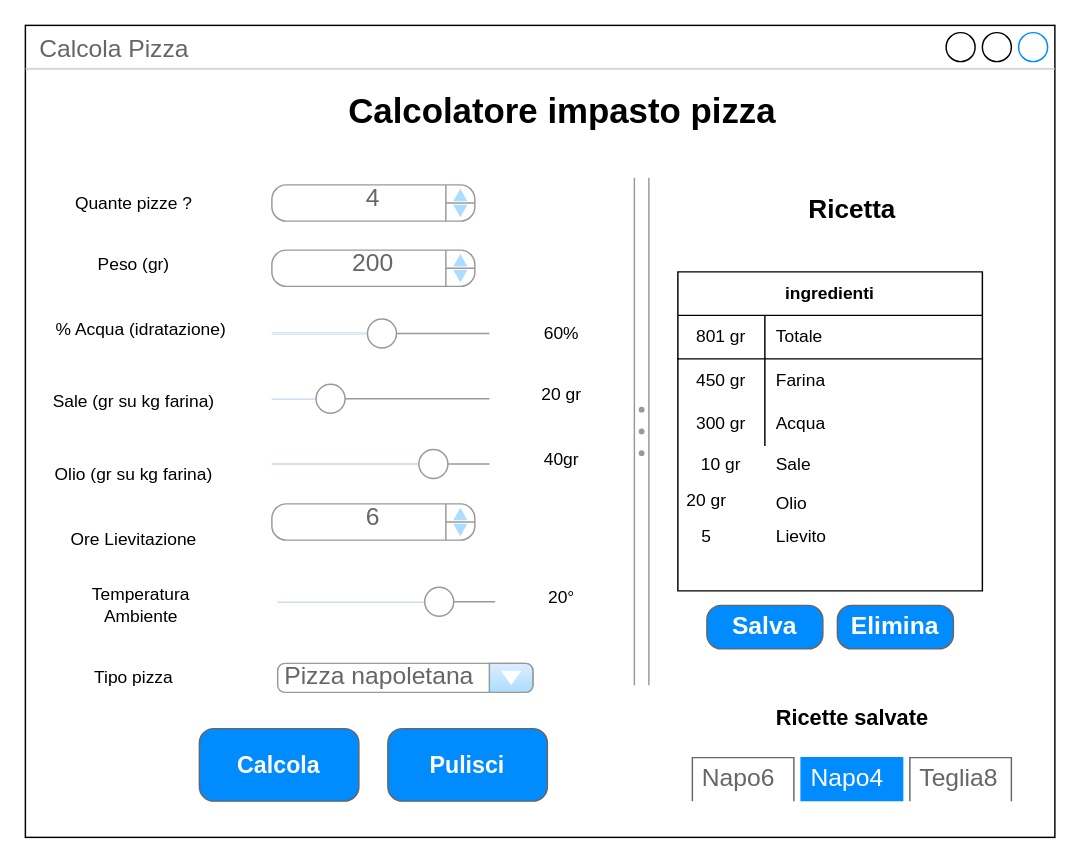
Before: page "Page-1" (1 of 2) of mockup.drawio in micki10/CalcolaPizza, a draw.io diagram. Source tidied: cells renumbered, new cells numbered last; positions are measured from the earlier drawing's top-left corner, leaving out a move shared by most shapes. Both pictures are drawn from the tidied source at 145%, with x=0, y=0 at pixel (25, 25).
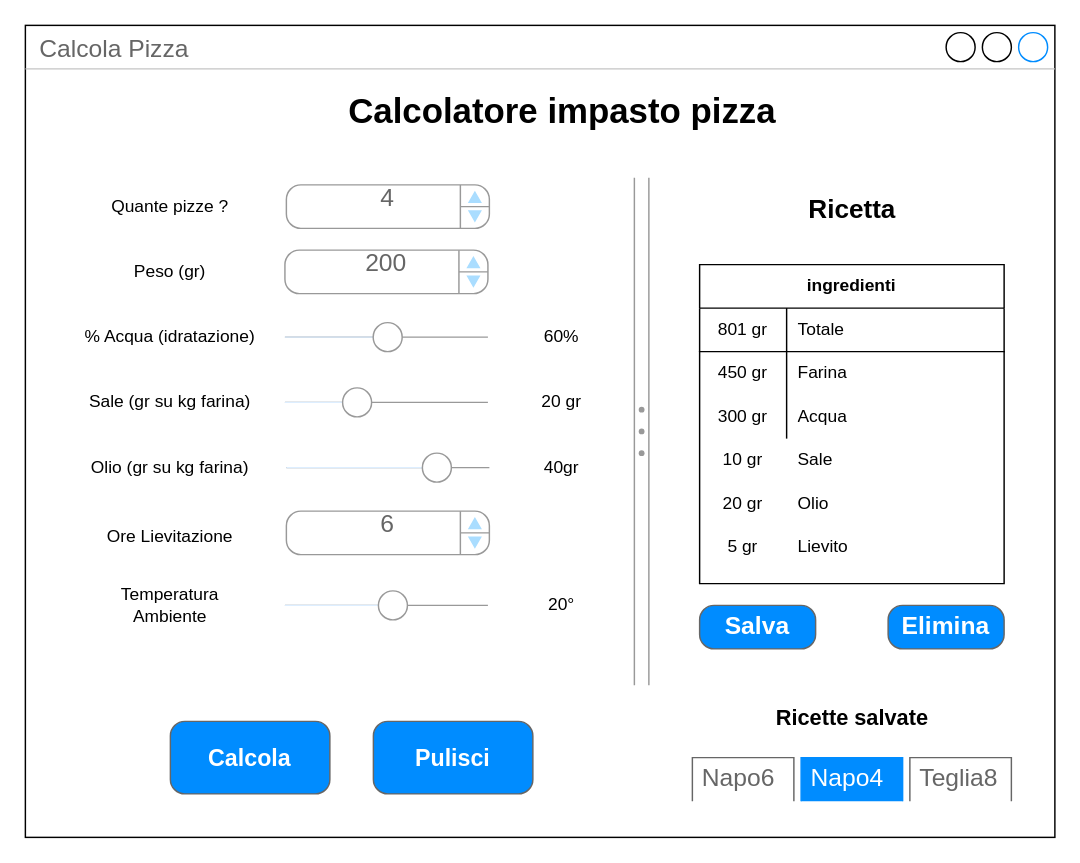
Above is the later version.

The edit, as a diff of the source:
```diff
@@
     <mxCell id="3" style="verticalLabelPosition=bottom;shadow=0;dashed=0;align=center;html=1;verticalAlign=top;strokeWidth=1;shape=mxgraph.mockup.forms.horSlider;strokeColor=#999999;sliderStyle=basic;sliderPos=50.667;handleStyle=circle;fillColor2=#ddeeff;fillColor=#ffffff;" parent="1" vertex="1">
-      <mxGeometry x="170" y="200" width="150" height="25" as="geometry" />
+      <mxGeometry x="179" y="200" width="140" height="30" as="geometry" />
     </mxCell>
     <mxCell id="4" value="4" style="strokeWidth=1;shadow=0;dashed=0;align=center;html=1;shape=mxgraph.mockup.forms.spinner;strokeColor=#999999;spinLayout=right;spinStyle=normal;adjStyle=triangle;fillColor=#aaddff;fontSize=17;fontColor=#666666;mainText=;html=1;overflow=fill;" parent="1" vertex="1">
-      <mxGeometry x="170" y="110" width="140" height="25" as="geometry" />
+      <mxGeometry x="180" y="110" width="140" height="30" as="geometry" />
     </mxCell>
@@
     <mxCell id="6" value="Quante pizze ?" style="text;html=1;strokeColor=none;fillColor=none;align=center;verticalAlign=middle;whiteSpace=wrap;rounded=0;" parent="1" vertex="1">
-      <mxGeometry x="20" y="112.5" width="110" height="20" as="geometry" />
+      <mxGeometry x="40" y="110" width="120" height="30" as="geometry" />
     </mxCell>
     <mxCell id="7" value="Peso (gr)" style="text;html=1;strokeColor=none;fillColor=none;align=center;verticalAlign=middle;whiteSpace=wrap;rounded=0;" parent="1" vertex="1">
-      <mxGeometry x="20" y="155" width="110" height="20" as="geometry" />
+      <mxGeometry x="40" y="155" width="120" height="30" as="geometry" />
     </mxCell>
     <mxCell id="8" value="200" style="strokeWidth=1;shadow=0;dashed=0;align=center;html=1;shape=mxgraph.mockup.forms.spinner;strokeColor=#999999;spinLayout=right;spinStyle=normal;adjStyle=triangle;fillColor=#aaddff;fontSize=17;fontColor=#666666;mainText=;html=1;overflow=fill;" parent="1" vertex="1">
-      <mxGeometry x="170" y="155" width="140" height="25" as="geometry" />
+      <mxGeometry x="179" y="155" width="140" height="30" as="geometry" />
     </mxCell>
     <mxCell id="9" value="% Acqua (idratazione)" style="text;html=1;strokeColor=none;fillColor=none;align=center;verticalAlign=middle;whiteSpace=wrap;rounded=0;" parent="1" vertex="1">
-      <mxGeometry x="20" y="200" width="120" height="20" as="geometry" />
+      <mxGeometry x="40" y="205" width="120" height="20" as="geometry" />
     </mxCell>
     <mxCell id="10" value="60%" style="text;html=1;strokeColor=none;fillColor=none;align=center;verticalAlign=middle;whiteSpace=wrap;rounded=0;" parent="1" vertex="1">
-      <mxGeometry x="350" y="202.5" width="40" height="20" as="geometry" />
+      <mxGeometry x="350" y="205" width="40" height="20" as="geometry" />
     </mxCell>
     <mxCell id="11" value="Sale (gr su kg farina)" style="text;html=1;strokeColor=none;fillColor=none;align=center;verticalAlign=middle;whiteSpace=wrap;rounded=0;" parent="1" vertex="1">
-      <mxGeometry x="15" y="250" width="120" height="20" as="geometry" />
+      <mxGeometry x="40" y="250" width="120" height="20" as="geometry" />
     </mxCell>
-    <mxCell id="12" style="verticalLabelPosition=bottom;shadow=0;dashed=0;align=center;html=1;verticalAlign=top;strokeWidth=1;shape=mxgraph.mockup.forms.horSlider;strokeColor=#999999;sliderStyle=basic;sliderPos=25.333;handleStyle=circle;fillColor2=#ddeeff;fillColor=#ffffff;" parent="1" vertex="1">
-      <mxGeometry x="170" y="245" width="150" height="25" as="geometry" />
+    <mxCell id="12" style="verticalLabelPosition=bottom;shadow=0;dashed=0;align=center;html=1;verticalAlign=top;strokeWidth=1;shape=mxgraph.mockup.forms.horSlider;strokeColor=#999999;sliderStyle=basic;sliderPos=34.444;handleStyle=circle;fillColor2=#ddeeff;fillColor=#ffffff;" parent="1" vertex="1">
+      <mxGeometry x="179" y="245" width="140" height="30" as="geometry" />
     </mxCell>
     <mxCell id="13" value="20 gr" style="text;html=1;strokeColor=none;fillColor=none;align=center;verticalAlign=middle;whiteSpace=wrap;rounded=0;" parent="1" vertex="1">
-      <mxGeometry x="350" y="245" width="40" height="20" as="geometry" />
+      <mxGeometry x="350" y="250" width="40" height="20" as="geometry" />
     </mxCell>
     <mxCell id="14" value="Olio (gr su kg farina)" style="text;html=1;strokeColor=none;fillColor=none;align=center;verticalAlign=middle;whiteSpace=wrap;rounded=0;" parent="1" vertex="1">
-      <mxGeometry x="15" y="300" width="120" height="20" as="geometry" />
+      <mxGeometry x="40" y="295" width="120" height="20" as="geometry" />
     </mxCell>
     <mxCell id="15" style="verticalLabelPosition=bottom;shadow=0;dashed=0;align=center;html=1;verticalAlign=top;strokeWidth=1;shape=mxgraph.mockup.forms.horSlider;strokeColor=#999999;sliderStyle=basic;sliderPos=76;handleStyle=circle;fillColor2=#ddeeff;fillColor=#ffffff;" parent="1" vertex="1">
-      <mxGeometry x="170" y="290" width="150" height="25" as="geometry" />
+      <mxGeometry x="180" y="290" width="140" height="30" as="geometry" />
     </mxCell>
     <mxCell id="16" value="40gr" style="text;html=1;strokeColor=none;fillColor=none;align=center;verticalAlign=middle;whiteSpace=wrap;rounded=0;" parent="1" vertex="1">
-      <mxGeometry x="350" y="290" width="40" height="20" as="geometry" />
+      <mxGeometry x="350" y="295" width="40" height="20" as="geometry" />
     </mxCell>
     <mxCell id="17" value="Ore Lievitazione" style="text;html=1;strokeColor=none;fillColor=none;align=center;verticalAlign=middle;whiteSpace=wrap;rounded=0;" parent="1" vertex="1">
-      <mxGeometry x="15" y="345" width="120" height="20" as="geometry" />
+      <mxGeometry x="40" y="342.5" width="120" height="20" as="geometry" />
     </mxCell>
     <mxCell id="18" value="6" style="strokeWidth=1;shadow=0;dashed=0;align=center;html=1;shape=mxgraph.mockup.forms.spinner;strokeColor=#999999;spinLayout=right;spinStyle=normal;adjStyle=triangle;fillColor=#aaddff;fontSize=17;fontColor=#666666;mainText=;html=1;overflow=fill;" parent="1" vertex="1">
-      <mxGeometry x="170" y="330" width="140" height="25" as="geometry" />
+      <mxGeometry x="180" y="335" width="140" height="30" as="geometry" />
     </mxCell>
     <mxCell id="19" value="Temperatura Ambiente" style="text;html=1;strokeColor=none;fillColor=none;align=center;verticalAlign=middle;whiteSpace=wrap;rounded=0;" parent="1" vertex="1">
-      <mxGeometry x="20" y="390" width="120" height="20" as="geometry" />
+      <mxGeometry x="40" y="390" width="120" height="20" as="geometry" />
     </mxCell>
-    <mxCell id="20" style="verticalLabelPosition=bottom;shadow=0;dashed=0;align=center;html=1;verticalAlign=top;strokeWidth=1;shape=mxgraph.mockup.forms.horSlider;strokeColor=#999999;sliderStyle=basic;sliderPos=76;handleStyle=circle;fillColor2=#ddeeff;fillColor=#ffffff;" parent="1" vertex="1">
-      <mxGeometry x="174" y="385" width="150" height="25" as="geometry" />
+    <mxCell id="20" style="verticalLabelPosition=bottom;shadow=0;dashed=0;align=center;html=1;verticalAlign=top;strokeWidth=1;shape=mxgraph.mockup.forms.horSlider;strokeColor=#999999;sliderStyle=basic;sliderPos=53.444;handleStyle=circle;fillColor2=#ddeeff;fillColor=#ffffff;" parent="1" vertex="1">
+      <mxGeometry x="179" y="385" width="140" height="30" as="geometry" />
     </mxCell>
     <mxCell id="21" value="20°" style="text;html=1;strokeColor=none;fillColor=none;align=center;verticalAlign=middle;whiteSpace=wrap;rounded=0;" parent="1" vertex="1">
-      <mxGeometry x="350" y="385" width="40" height="20" as="geometry" />
+      <mxGeometry x="350" y="390" width="40" height="20" as="geometry" />
     </mxCell>
-    <mxCell id="22" value="Tipo pizza" style="text;html=1;strokeColor=none;fillColor=none;align=center;verticalAlign=middle;whiteSpace=wrap;rounded=0;" parent="1" vertex="1">
-      <mxGeometry x="15" y="440" width="120" height="20" as="geometry" />
-    </mxCell>
-    <mxCell id="23" value="Pizza napoletana" style="strokeWidth=1;shadow=0;dashed=0;align=center;html=1;shape=mxgraph.mockup.forms.comboBox;strokeColor=#999999;fillColor=#ddeeff;align=left;fillColor2=#aaddff;mainText=;fontColor=#666666;fontSize=17;spacingLeft=3;" parent="1" vertex="1">
-      <mxGeometry x="174" y="440" width="176" height="20" as="geometry" />
-    </mxCell>
     <mxCell id="24" style="strokeWidth=1;shadow=0;dashed=0;align=center;html=1;shape=mxgraph.mockup.buttons.multiButton;fillColor=#008cff;strokeColor=#666666;mainText=;subText=;" parent="1" vertex="1">
-      <mxGeometry x="120" y="485" width="110" height="50" as="geometry" />
+      <mxGeometry x="100" y="480" width="110" height="50" as="geometry" />
     </mxCell>
@@
     <mxCell id="29" value="ingredienti" style="shape=table;html=1;whiteSpace=wrap;startSize=30;childLayout=tableLayout;rowLines=0;fontStyle=1;align=center;fillColor=#ffffff;" parent="1" vertex="1">
-      <mxGeometry x="450" y="170" width="210" height="220" as="geometry" />
+      <mxGeometry x="465" y="165" width="210" height="220" as="geometry" />
     </mxCell>
@@
     <mxCell id="39" value="Sale" style="shape=partialRectangle;html=1;whiteSpace=wrap;fillColor=none;top=0;left=0;bottom=0;right=0;align=left;spacingLeft=6;overflow=hidden;" parent="1" vertex="1">
-      <mxGeometry x="510" y="290" width="140" height="25" as="geometry" />
+      <mxGeometry x="525" y="287.5" width="140" height="25" as="geometry" />
     </mxCell>
     <mxCell id="40" value="Olio" style="shape=partialRectangle;html=1;whiteSpace=wrap;fillColor=none;top=0;left=0;bottom=0;right=0;align=left;spacingLeft=6;overflow=hidden;" parent="1" vertex="1">
-      <mxGeometry x="510" y="317.5" width="140" height="25" as="geometry" />
+      <mxGeometry x="525" y="317.5" width="140" height="25" as="geometry" />
     </mxCell>
     <mxCell id="41" value="Lievito" style="shape=partialRectangle;html=1;whiteSpace=wrap;fillColor=none;top=0;left=0;bottom=0;right=0;align=left;spacingLeft=6;overflow=hidden;" parent="1" vertex="1">
-      <mxGeometry x="510" y="340" width="140" height="25" as="geometry" />
+      <mxGeometry x="525" y="347.5" width="140" height="25" as="geometry" />
     </mxCell>
-    <mxCell id="42" value="10 gr" style="shape=partialRectangle;html=1;whiteSpace=wrap;fillColor=none;top=0;left=0;bottom=0;right=0;overflow=hidden;" parent="1" vertex="1">
-      <mxGeometry x="460" y="287.5" width="40" height="30" as="geometry" />
-    </mxCell>
-    <mxCell id="43" value="20 gr" style="shape=partialRectangle;html=1;whiteSpace=wrap;fillColor=none;top=0;left=0;bottom=0;right=0;overflow=hidden;" parent="1" vertex="1">
-      <mxGeometry x="450" y="312.5" width="40" height="30" as="geometry" />
-    </mxCell>
-    <mxCell id="44" value="5" style="shape=partialRectangle;html=1;whiteSpace=wrap;fillColor=none;top=0;left=0;bottom=0;right=0;overflow=hidden;" parent="1" vertex="1">
-      <mxGeometry x="450" y="337.5" width="40" height="30" as="geometry" />
-    </mxCell>
     <mxCell id="45" value="Salva" style="strokeWidth=1;shadow=0;dashed=0;align=center;html=1;shape=mxgraph.mockup.buttons.button;strokeColor=#666666;fontColor=#ffffff;mainText=;buttonStyle=round;fontSize=17;fontStyle=1;fillColor=#008cff;whiteSpace=wrap;" parent="1" vertex="1">
-      <mxGeometry x="470" y="400" width="80" height="30" as="geometry" />
+      <mxGeometry x="465" y="400" width="80" height="30" as="geometry" />
     </mxCell>
     <mxCell id="46" value="Elimina" style="strokeWidth=1;shadow=0;dashed=0;align=center;html=1;shape=mxgraph.mockup.buttons.button;strokeColor=#666666;fontColor=#ffffff;mainText=;buttonStyle=round;fontSize=17;fontStyle=1;fillColor=#008cff;whiteSpace=wrap;" parent="1" vertex="1">
-      <mxGeometry x="560" y="400" width="80" height="30" as="geometry" />
+      <mxGeometry x="595" y="400" width="80" height="30" as="geometry" />
     </mxCell>
     <mxCell id="47" style="strokeWidth=1;shadow=0;dashed=0;align=center;html=1;shape=mxgraph.mockup.buttons.multiButton;fillColor=#008cff;strokeColor=#666666;mainText=;subText=;" parent="1" vertex="1">
-      <mxGeometry x="250" y="485" width="110" height="50" as="geometry" />
+      <mxGeometry x="240" y="480" width="110" height="50" as="geometry" />
     </mxCell>
@@
+    <mxCell id="42" value="10 gr" style="shape=partialRectangle;html=1;whiteSpace=wrap;fillColor=none;top=0;left=0;bottom=0;right=0;overflow=hidden;" parent="1" vertex="1">
+      <mxGeometry x="465" y="285" width="60" height="30" as="geometry" />
+    </mxCell>
+    <mxCell id="43" value="20 gr" style="shape=partialRectangle;html=1;whiteSpace=wrap;fillColor=none;top=0;left=0;bottom=0;right=0;overflow=hidden;" parent="1" vertex="1">
+      <mxGeometry x="465" y="315" width="60" height="30" as="geometry" />
+    </mxCell>
+    <mxCell id="54" value="5 gr" style="shape=partialRectangle;html=1;whiteSpace=wrap;fillColor=none;top=0;left=0;bottom=0;right=0;overflow=hidden;" parent="1" vertex="1">
+      <mxGeometry x="465" y="345" width="60" height="30" as="geometry" />
+    </mxCell>
```
